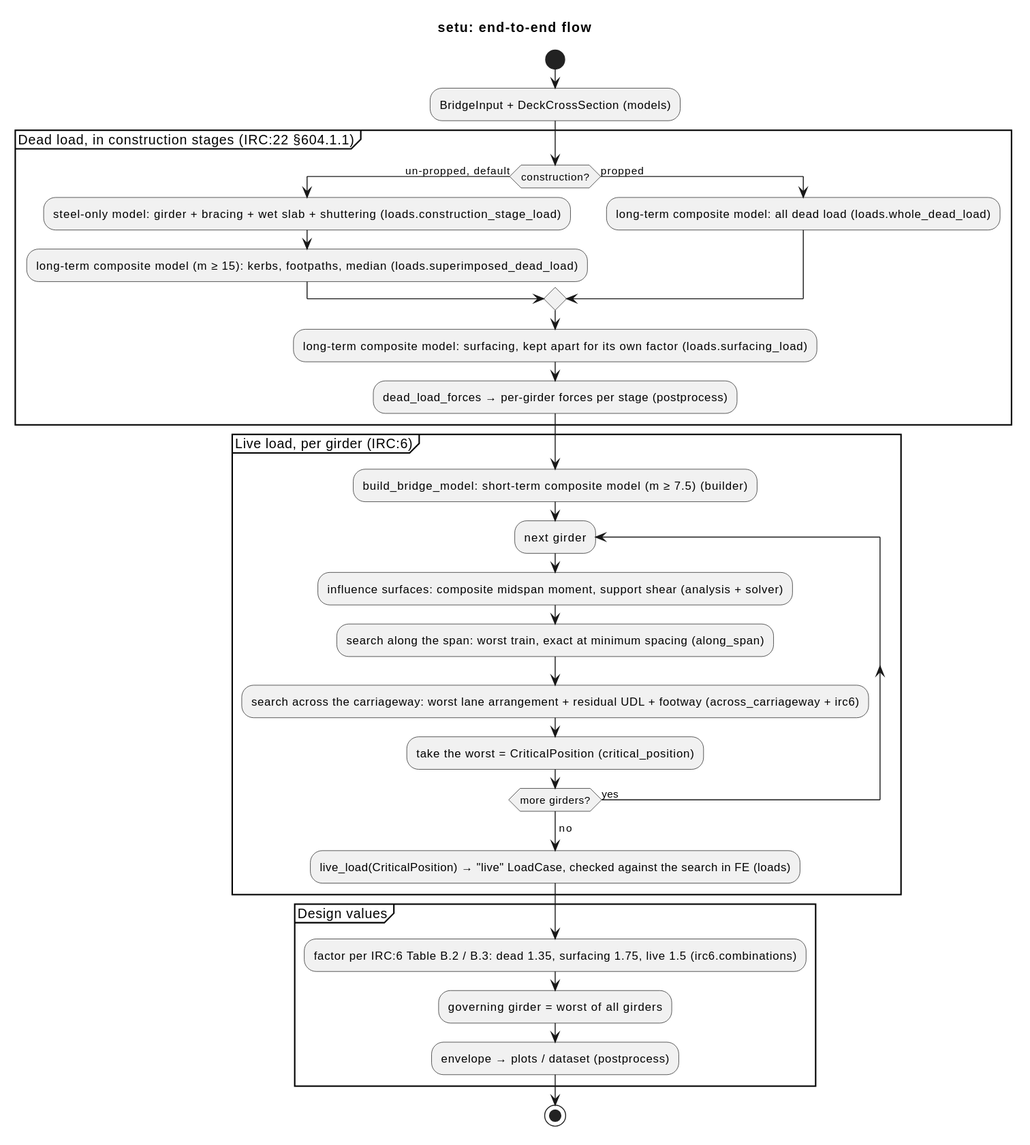
Earlier version of the PlantUML export docs/flow.svg (nishikantmandal007/setu).
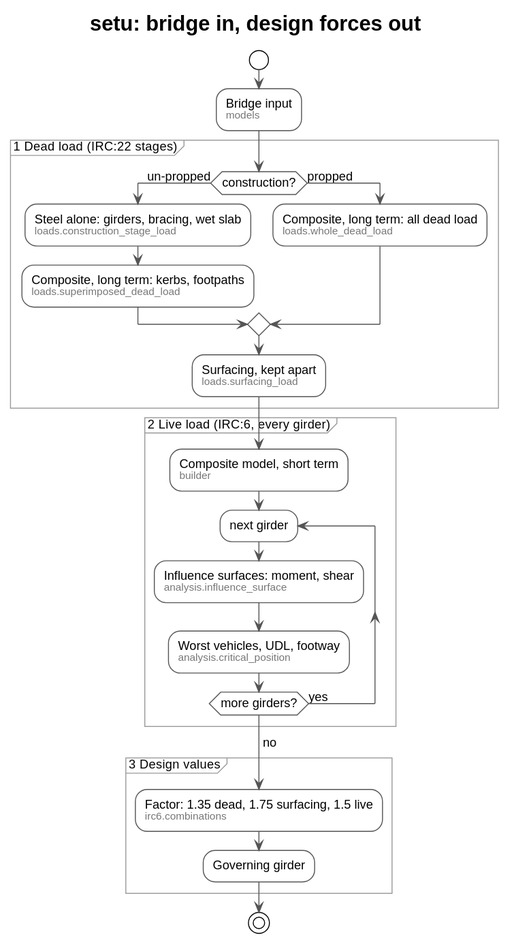
The same file after the commit.

Commit message:
clean diagram

The edit, as a diff of the source:
```diff
@@ -1,36 +1,47 @@
 @startuml
-title setu: end-to-end flow
+!theme plain
+skinparam defaultFontName Helvetica
+skinparam defaultFontSize 13
+skinparam ActivityBorderColor #555555
+skinparam ActivityBackgroundColor #FFFFFF
+skinparam PartitionBorderColor #999999
+skinparam ArrowColor #555555
+title setu: bridge in, design forces out
 
 start
-:BridgeInput + DeckCrossSection (models);
+:Bridge input
+<size:11><color:#777>models</color></size>;
 
-partition "Dead load, in construction stages (IRC:22 §604.1.1)" {
-  if (construction?) then (un-propped, default)
-    :steel-only model: girder + bracing + wet slab + shuttering (loads.construction_stage_load);
-    :long-term composite model (m ≥ 15): kerbs, footpaths, median (loads.superimposed_dead_load);
+partition "1  Dead load  (IRC:22 stages)" {
+  if (construction?) then (un-propped)
+    :Steel alone: girders, bracing, wet slab
+    <size:11><color:#777>loads.construction_stage_load</color></size>;
+    :Composite, long term: kerbs, footpaths
+    <size:11><color:#777>loads.superimposed_dead_load</color></size>;
   else (propped)
-    :long-term composite model: all dead load (loads.whole_dead_load);
+    :Composite, long term: all dead load
+    <size:11><color:#777>loads.whole_dead_load</color></size>;
   endif
-  :long-term composite model: surfacing, kept apart for its own factor (loads.surfacing_load);
-  :dead_load_forces → per-girder forces per stage (postprocess);
+  :Surfacing, kept apart
+  <size:11><color:#777>loads.surfacing_load</color></size>;
 }
 
-partition "Live load, per girder (IRC:6)" {
-  :build_bridge_model: short-term composite model (m ≥ 7.5) (builder);
+partition "2  Live load  (IRC:6, every girder)" {
+  :Composite model, short term
+  <size:11><color:#777>builder</color></size>;
   repeat :next girder;
-    :influence surfaces: composite midspan moment, support shear (analysis + solver);
-    :search along the span: worst train, exact at minimum spacing (along_span);
-    :search across the carriageway: worst lane arrangement + residual UDL + footway (across_carriageway + irc6);
-    :take the worst = CriticalPosition (critical_position);
+    :Influence surfaces: moment, shear
+    <size:11><color:#777>analysis.influence_surface</color></size>;
+    :Worst vehicles, UDL, footway
+    <size:11><color:#777>analysis.critical_position</color></size>;
   repeat while (more girders?) is (yes)
   -> no;
-  :live_load(CriticalPosition) → "live" LoadCase, checked against the search in FE (loads);
 }
 
-partition "Design values" {
-  :factor per IRC:6 Table B.2 / B.3: dead 1.35, surfacing 1.75, live 1.5 (irc6.combinations);
-  :governing girder = worst of all girders;
-  :envelope → plots / dataset (postprocess);
+partition "3  Design values" {
+  :Factor: 1.35 dead, 1.75 surfacing, 1.5 live
+  <size:11><color:#777>irc6.combinations</color></size>;
+  :Governing girder;
 }
 stop
 @enduml
```
